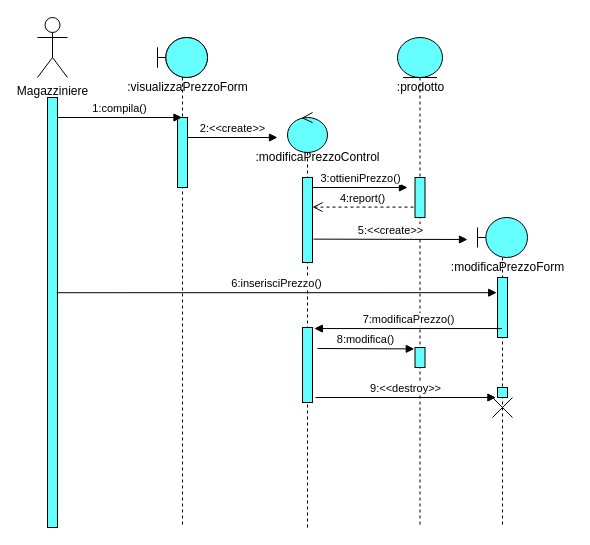
Above: Object&SequenceDiagram/SD_5.drawio in Ciro-Fusco/NewDM (draw.io), before the change. Source tidied: cells renumbered, new cells numbered last; positions are measured from the earlier drawing's top-left corner, leaving out a move shared by most shapes. Both pictures are drawn from the tidied source at 100%, with x=0, y=0 at pixel (37, 17).
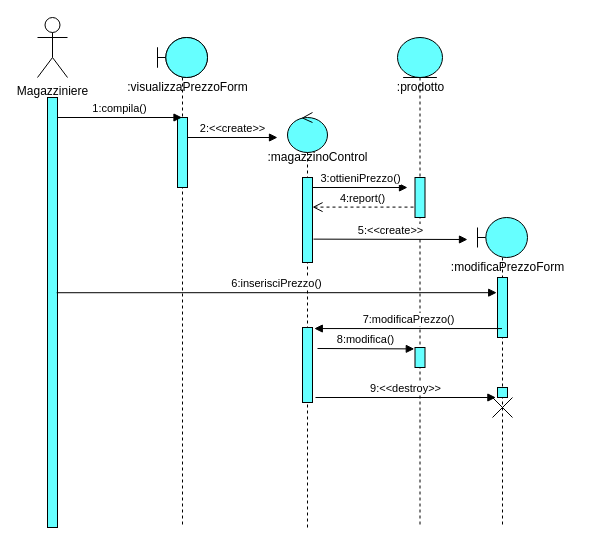
After the change.

Change to the diagram source:
```diff
@@
-    <mxCell id="13" value=":modificaPrezzoControl" style="text;html=1;align=center;verticalAlign=middle;" parent="1" vertex="1">
-      <mxGeometry x="210" y="130" width="140" height="20" as="geometry" />
+    <mxCell id="13" value=":magazzinoControl" style="text;html=1;align=center;verticalAlign=middle;" parent="1" vertex="1">
+      <mxGeometry x="220" y="130" width="120" height="20" as="geometry" />
     </mxCell>
```
